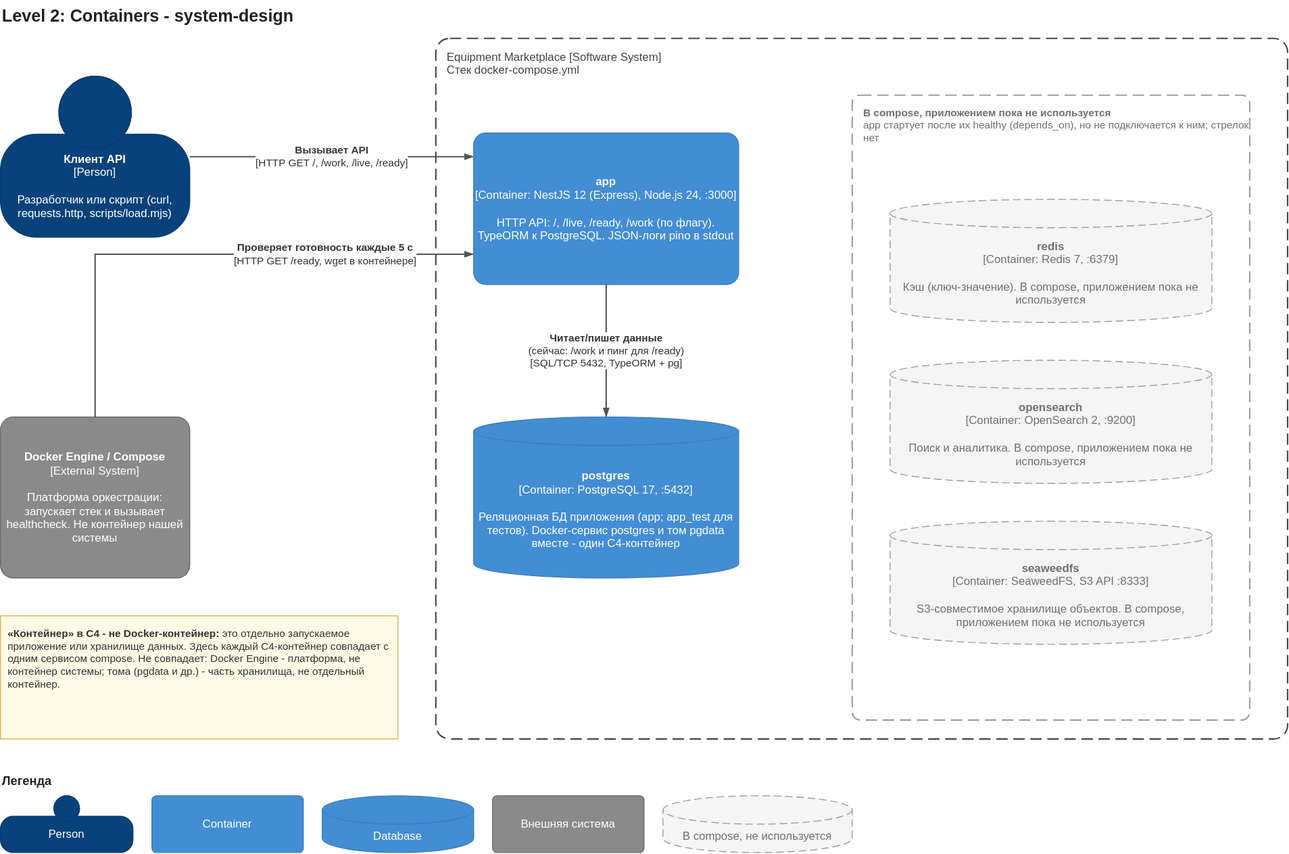
Above: docs/architecture/L2 - Containers.drawio.svg in Elaman19/system-design (draw.io), before the change. Source tidied: cells renumbered, new cells last; positions are measured from the earlier drawing's top-left corner, leaving out a move shared by most shapes. The source it was exported from:
```xml
<mxGraphModel>
  <root>
    <mxCell id="0" />
    <mxCell id="1" value="L2 boundaries" parent="0" />
    <mxCell id="2" value="Equipment Marketplace [Software System]&lt;br&gt;Стек docker-compose.yml" style="fontFamily=Helvetica;html=1;whiteSpace=wrap;fontSize=12;rounded=1;arcSize=2;fillColor=none;dashed=1;dashPattern=8 4;strokeColor=#444444;strokeWidth=1.5;fontColor=#444444;align=left;verticalAlign=top;spacingLeft=10;spacingTop=6;" parent="1" vertex="1">
      <mxGeometry x="460" y="40" width="900" height="740" as="geometry" />
    </mxCell>
    <mxCell id="3" value="&lt;b&gt;В compose, приложением пока не используется&lt;/b&gt;&lt;br&gt;app стартует после их healthy (depends_on), но не подключается к ним; стрелок нет" style="fontFamily=Helvetica;html=1;whiteSpace=wrap;fontSize=12;rounded=1;arcSize=2;fillColor=none;dashed=1;dashPattern=8 4;strokeColor=#9e9e9e;strokeWidth=1.5;fontColor=#707070;fontSize=11;align=left;verticalAlign=top;spacingLeft=10;spacingTop=6;" parent="1" vertex="1">
      <mxGeometry x="900" y="100" width="420" height="660" as="geometry" />
    </mxCell>
    <mxCell id="4" value="L2 containers (used)" parent="0" />
    <mxCell id="5" value="&lt;b&gt;Клиент API&lt;/b&gt;&lt;br&gt;[Person]&lt;br&gt;&lt;br&gt;Разработчик или скрипт (curl, requests.http, scripts/load.mjs)" style="fontFamily=Helvetica;html=1;whiteSpace=wrap;fontSize=12;shape=mxgraph.c4.person2;fillColor=#08427b;strokeColor=#073b6f;fontColor=#ffffff;align=center;verticalAlign=middle;" parent="4" vertex="1">
      <mxGeometry y="80" width="200" height="170" as="geometry" />
    </mxCell>
    <mxCell id="6" value="&lt;b&gt;app&lt;/b&gt;&lt;br&gt;[Container: NestJS 12 (Express), Node.js 24, :3000]&lt;br&gt;&lt;br&gt;HTTP API: /, /live, /ready, /work (по флагу). TypeORM к PostgreSQL. JSON-логи pino в stdout" style="fontFamily=Helvetica;html=1;whiteSpace=wrap;fontSize=12;rounded=1;arcSize=8;fillColor=#438dd5;strokeColor=#3c7fc0;fontColor=#ffffff;" parent="4" vertex="1">
      <mxGeometry x="500" y="140" width="280" height="160" as="geometry" />
    </mxCell>
    <mxCell id="7" value="&lt;b&gt;postgres&lt;/b&gt;&lt;br&gt;[Container: PostgreSQL 17, :5432]&lt;br&gt;&lt;br&gt;Реляционная БД приложения (app; app_test для тестов). Docker-сервис postgres и том pgdata вместе - один C4-контейнер" style="fontFamily=Helvetica;html=1;whiteSpace=wrap;fontSize=12;shape=cylinder3;boundedLbl=1;backgroundOutline=1;size=15;fillColor=#438dd5;strokeColor=#3c7fc0;fontColor=#ffffff;" parent="4" vertex="1">
      <mxGeometry x="500" y="440" width="280" height="170" as="geometry" />
    </mxCell>
    <mxCell id="8" value="&lt;b&gt;Docker Engine / Compose&lt;/b&gt;&lt;br&gt;[External System]&lt;br&gt;&lt;br&gt;Платформа оркестрации: запускает стек и вызывает healthcheck. Не контейнер нашей системы" style="fontFamily=Helvetica;html=1;whiteSpace=wrap;fontSize=12;rounded=1;arcSize=8;fillColor=#8a8a8a;strokeColor=#6b6b6b;fontColor=#ffffff;" parent="4" vertex="1">
      <mxGeometry y="440" width="200" height="170" as="geometry" />
    </mxCell>
    <mxCell id="9" value="L2 compose only (unused)" parent="0" />
    <mxCell id="10" value="&lt;b&gt;redis&lt;/b&gt;&lt;br&gt;[Container: Redis 7, :6379]&lt;br&gt;&lt;br&gt;Кэш (ключ-значение). В compose, приложением пока не используется" style="fontFamily=Helvetica;html=1;whiteSpace=wrap;fontSize=12;shape=cylinder3;boundedLbl=1;backgroundOutline=1;size=15;dashed=1;dashPattern=8 4;fillColor=#f5f5f5;strokeColor=#9e9e9e;fontColor=#707070;" parent="9" vertex="1">
      <mxGeometry x="940" y="210" width="340" height="130" as="geometry" />
    </mxCell>
    <mxCell id="11" value="&lt;b&gt;opensearch&lt;/b&gt;&lt;br&gt;[Container: OpenSearch 2, :9200]&lt;br&gt;&lt;br&gt;Поиск и аналитика. В compose, приложением пока не используется" style="fontFamily=Helvetica;html=1;whiteSpace=wrap;fontSize=12;shape=cylinder3;boundedLbl=1;backgroundOutline=1;size=15;dashed=1;dashPattern=8 4;fillColor=#f5f5f5;strokeColor=#9e9e9e;fontColor=#707070;" parent="9" vertex="1">
      <mxGeometry x="940" y="380" width="340" height="130" as="geometry" />
    </mxCell>
    <mxCell id="12" value="&lt;b&gt;seaweedfs&lt;/b&gt;&lt;br&gt;[Container: SeaweedFS, S3 API :8333]&lt;br&gt;&lt;br&gt;S3-совместимое хранилище объектов. В compose, приложением пока не используется" style="fontFamily=Helvetica;html=1;whiteSpace=wrap;fontSize=12;shape=cylinder3;boundedLbl=1;backgroundOutline=1;size=15;dashed=1;dashPattern=8 4;fillColor=#f5f5f5;strokeColor=#9e9e9e;fontColor=#707070;" parent="9" vertex="1">
      <mxGeometry x="940" y="550" width="340" height="130" as="geometry" />
    </mxCell>
    <mxCell id="13" value="L2 relations" parent="0" />
    <mxCell id="14" value="&lt;b&gt;Вызывает API&lt;/b&gt;&lt;br&gt;[HTTP GET /, /work, /live, /ready]" style="edgeStyle=orthogonalEdgeStyle;rounded=0;html=1;endArrow=blockThin;endFill=1;strokeColor=#555555;strokeWidth=1.5;fontSize=11;fontColor=#333333;labelBackgroundColor=#ffffff;exitX=1;exitY=0.5;entryX=0;entryY=0.15625;" parent="13" edge="1" source="5" target="6">
      <mxGeometry relative="1" as="geometry" />
    </mxCell>
    <mxCell id="15" value="&lt;b&gt;Проверяет готовность каждые 5 с&lt;/b&gt;&lt;br&gt;[HTTP GET /ready, wget в контейнере]" style="edgeStyle=orthogonalEdgeStyle;rounded=0;html=1;endArrow=blockThin;endFill=1;strokeColor=#555555;strokeWidth=1.5;fontSize=11;fontColor=#333333;labelBackgroundColor=#ffffff;exitX=0.5;exitY=0;entryX=0;entryY=0.8;" parent="13" edge="1" source="8" target="6">
      <mxGeometry x="0.45" relative="1" as="geometry" />
    </mxCell>
    <mxCell id="16" value="&lt;b&gt;Читает/пишет данные&lt;/b&gt;&lt;br&gt;(сейчас: /work и пинг для /ready)&lt;br&gt;[SQL/TCP 5432, TypeORM + pg]" style="edgeStyle=orthogonalEdgeStyle;rounded=0;html=1;endArrow=blockThin;endFill=1;strokeColor=#555555;strokeWidth=1.5;fontSize=11;fontColor=#333333;labelBackgroundColor=#ffffff;exitX=0.5;exitY=1;entryX=0.5;entryY=0;" parent="13" edge="1" source="6" target="7">
      <mxGeometry relative="1" as="geometry" />
    </mxCell>
    <mxCell id="17" value="L2 notes and legend" parent="0" />
    <mxCell id="18" value="Level 2: Containers - system-design" style="fontFamily=Helvetica;html=1;whiteSpace=wrap;fontSize=12;text;fontSize=18;fontStyle=1;align=left;verticalAlign=top;fontColor=#222222;" parent="17" vertex="1">
      <mxGeometry width="900" height="30" as="geometry" />
    </mxCell>
    <mxCell id="19" value="&lt;b&gt;«Контейнер» в C4 - не Docker-контейнер:&lt;/b&gt; это отдельно запускаемое приложение или хранилище данных. Здесь каждый C4-контейнер совпадает с одним сервисом compose. Не совпадает: Docker Engine - платформа, не контейнер системы; тома (pgdata и др.) - часть хранилища, не отдельный контейнер." style="fontFamily=Helvetica;html=1;whiteSpace=wrap;fontSize=12;rounded=0;fillColor=#fffbe6;strokeColor=#d6b656;fontColor=#333333;align=left;verticalAlign=top;spacing=8;fontSize=11;" parent="17" vertex="1">
      <mxGeometry y="650" width="420" height="130" as="geometry" />
    </mxCell>
    <mxCell id="20" value="Легенда" style="fontFamily=Helvetica;html=1;whiteSpace=wrap;fontSize=12;text;fontSize=13;fontStyle=1;align=left;verticalAlign=top;fontColor=#222222;" parent="17" vertex="1">
      <mxGeometry y="810" width="200" height="20" as="geometry" />
    </mxCell>
    <mxCell id="21" value="Person" style="fontFamily=Helvetica;html=1;whiteSpace=wrap;fontSize=12;shape=mxgraph.c4.person2;fillColor=#08427b;strokeColor=#073b6f;fontColor=#ffffff;align=center;verticalAlign=middle;" parent="17" vertex="1">
      <mxGeometry y="840" width="140" height="60" as="geometry" />
    </mxCell>
    <mxCell id="22" value="Container" style="fontFamily=Helvetica;html=1;whiteSpace=wrap;fontSize=12;rounded=1;arcSize=8;fillColor=#438dd5;strokeColor=#3c7fc0;fontColor=#ffffff;" parent="17" vertex="1">
      <mxGeometry x="160" y="840" width="160" height="60" as="geometry" />
    </mxCell>
    <mxCell id="23" value="Database" style="fontFamily=Helvetica;html=1;whiteSpace=wrap;fontSize=12;shape=cylinder3;boundedLbl=1;backgroundOutline=1;size=15;fillColor=#438dd5;strokeColor=#3c7fc0;fontColor=#ffffff;" parent="17" vertex="1">
      <mxGeometry x="340" y="840" width="160" height="60" as="geometry" />
    </mxCell>
    <mxCell id="24" value="Внешняя система" style="fontFamily=Helvetica;html=1;whiteSpace=wrap;fontSize=12;rounded=1;arcSize=8;fillColor=#8a8a8a;strokeColor=#6b6b6b;fontColor=#ffffff;" parent="17" vertex="1">
      <mxGeometry x="520" y="840" width="160" height="60" as="geometry" />
    </mxCell>
    <mxCell id="25" value="В compose, не используется" style="fontFamily=Helvetica;html=1;whiteSpace=wrap;fontSize=12;shape=cylinder3;boundedLbl=1;backgroundOutline=1;size=15;dashed=1;dashPattern=8 4;fillColor=#f5f5f5;strokeColor=#9e9e9e;fontColor=#707070;" parent="17" vertex="1">
      <mxGeometry x="700" y="840" width="200" height="60" as="geometry" />
    </mxCell>
  </root>
</mxGraphModel>
```
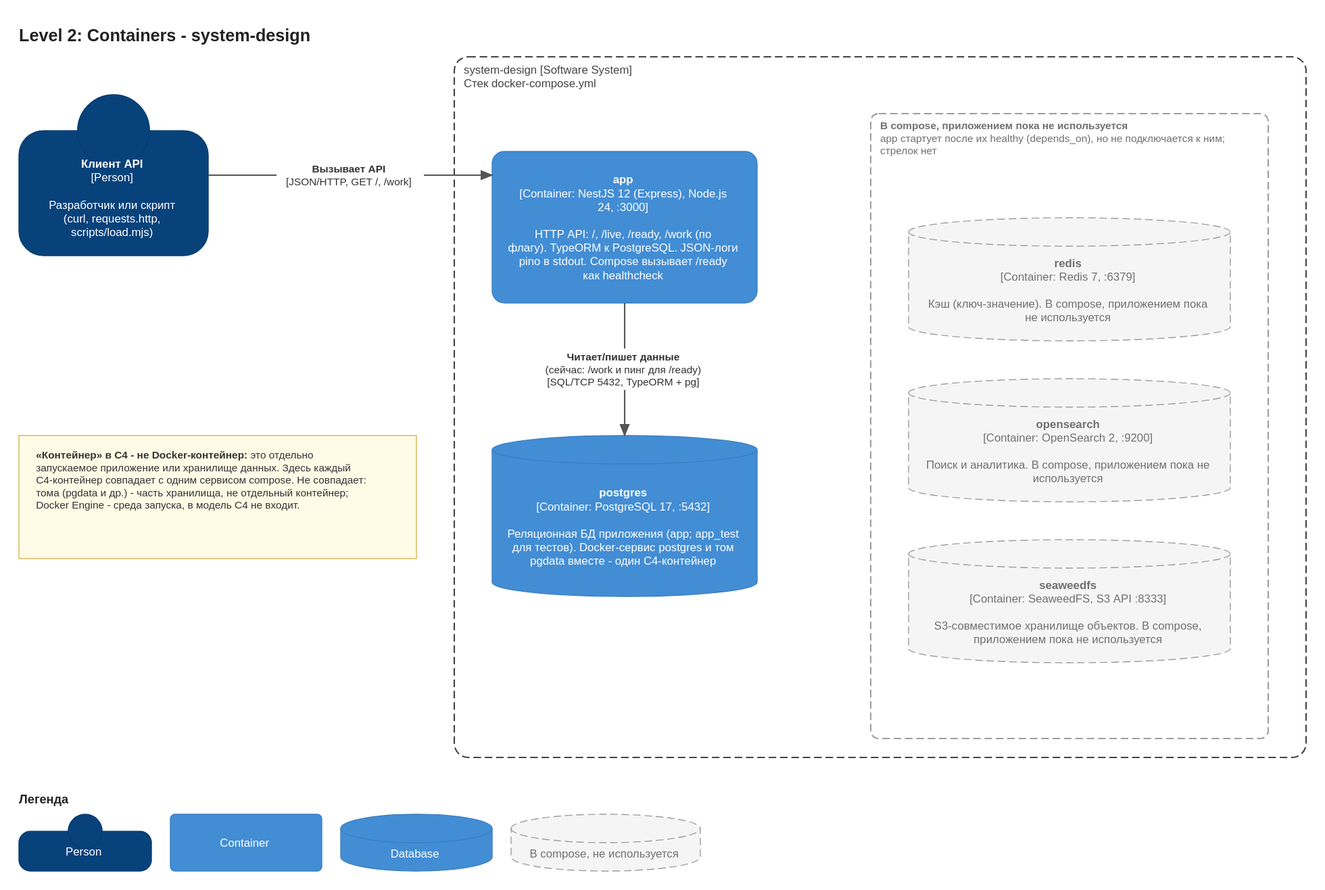
Above is the later version.

The edit, as a diff of the source:
```diff
@@ -2,7 +2,7 @@
   <root>
     <mxCell id="0" />
     <mxCell id="1" value="L2 boundaries" parent="0" />
-    <mxCell id="2" value="Equipment Marketplace [Software System]&lt;br&gt;Стек docker-compose.yml" style="fontFamily=Helvetica;html=1;whiteSpace=wrap;fontSize=12;rounded=1;arcSize=2;fillColor=none;dashed=1;dashPattern=8 4;strokeColor=#444444;strokeWidth=1.5;fontColor=#444444;align=left;verticalAlign=top;spacingLeft=10;spacingTop=6;" parent="1" vertex="1">
+    <mxCell id="2" value="system-design [Software System]&lt;br&gt;Стек docker-compose.yml" style="fontFamily=Helvetica;html=1;whiteSpace=wrap;fontSize=12;rounded=1;arcSize=2;fillColor=none;dashed=1;dashPattern=8 4;strokeColor=#444444;strokeWidth=1.5;fontColor=#444444;align=left;verticalAlign=top;spacingLeft=10;spacingTop=6;" parent="1" vertex="1">
       <mxGeometry x="460" y="40" width="900" height="740" as="geometry" />
     </mxCell>
     <mxCell id="3" value="&lt;b&gt;В compose, приложением пока не используется&lt;/b&gt;&lt;br&gt;app стартует после их healthy (depends_on), но не подключается к ним; стрелок нет" style="fontFamily=Helvetica;html=1;whiteSpace=wrap;fontSize=12;rounded=1;arcSize=2;fillColor=none;dashed=1;dashPattern=8 4;strokeColor=#9e9e9e;strokeWidth=1.5;fontColor=#707070;fontSize=11;align=left;verticalAlign=top;spacingLeft=10;spacingTop=6;" parent="1" vertex="1">
@@ -12,15 +12,12 @@
     <mxCell id="5" value="&lt;b&gt;Клиент API&lt;/b&gt;&lt;br&gt;[Person]&lt;br&gt;&lt;br&gt;Разработчик или скрипт (curl, requests.http, scripts/load.mjs)" style="fontFamily=Helvetica;html=1;whiteSpace=wrap;fontSize=12;shape=mxgraph.c4.person2;fillColor=#08427b;strokeColor=#073b6f;fontColor=#ffffff;align=center;verticalAlign=middle;" parent="4" vertex="1">
       <mxGeometry y="80" width="200" height="170" as="geometry" />
     </mxCell>
-    <mxCell id="6" value="&lt;b&gt;app&lt;/b&gt;&lt;br&gt;[Container: NestJS 12 (Express), Node.js 24, :3000]&lt;br&gt;&lt;br&gt;HTTP API: /, /live, /ready, /work (по флагу). TypeORM к PostgreSQL. JSON-логи pino в stdout" style="fontFamily=Helvetica;html=1;whiteSpace=wrap;fontSize=12;rounded=1;arcSize=8;fillColor=#438dd5;strokeColor=#3c7fc0;fontColor=#ffffff;" parent="4" vertex="1">
+    <mxCell id="6" value="&lt;b&gt;app&lt;/b&gt;&lt;br&gt;[Container: NestJS 12 (Express), Node.js 24, :3000]&lt;br&gt;&lt;br&gt;HTTP API: /, /live, /ready, /work (по флагу). TypeORM к PostgreSQL. JSON-логи pino в stdout. Compose вызывает /ready как healthcheck" style="fontFamily=Helvetica;html=1;whiteSpace=wrap;fontSize=12;rounded=1;arcSize=8;fillColor=#438dd5;strokeColor=#3c7fc0;fontColor=#ffffff;" parent="4" vertex="1">
       <mxGeometry x="500" y="140" width="280" height="160" as="geometry" />
     </mxCell>
     <mxCell id="7" value="&lt;b&gt;postgres&lt;/b&gt;&lt;br&gt;[Container: PostgreSQL 17, :5432]&lt;br&gt;&lt;br&gt;Реляционная БД приложения (app; app_test для тестов). Docker-сервис postgres и том pgdata вместе - один C4-контейнер" style="fontFamily=Helvetica;html=1;whiteSpace=wrap;fontSize=12;shape=cylinder3;boundedLbl=1;backgroundOutline=1;size=15;fillColor=#438dd5;strokeColor=#3c7fc0;fontColor=#ffffff;" parent="4" vertex="1">
       <mxGeometry x="500" y="440" width="280" height="170" as="geometry" />
     </mxCell>
-    <mxCell id="8" value="&lt;b&gt;Docker Engine / Compose&lt;/b&gt;&lt;br&gt;[External System]&lt;br&gt;&lt;br&gt;Платформа оркестрации: запускает стек и вызывает healthcheck. Не контейнер нашей системы" style="fontFamily=Helvetica;html=1;whiteSpace=wrap;fontSize=12;rounded=1;arcSize=8;fillColor=#8a8a8a;strokeColor=#6b6b6b;fontColor=#ffffff;" parent="4" vertex="1">
-      <mxGeometry y="440" width="200" height="170" as="geometry" />
-    </mxCell>
     <mxCell id="9" value="L2 compose only (unused)" parent="0" />
     <mxCell id="10" value="&lt;b&gt;redis&lt;/b&gt;&lt;br&gt;[Container: Redis 7, :6379]&lt;br&gt;&lt;br&gt;Кэш (ключ-значение). В compose, приложением пока не используется" style="fontFamily=Helvetica;html=1;whiteSpace=wrap;fontSize=12;shape=cylinder3;boundedLbl=1;backgroundOutline=1;size=15;dashed=1;dashPattern=8 4;fillColor=#f5f5f5;strokeColor=#9e9e9e;fontColor=#707070;" parent="9" vertex="1">
       <mxGeometry x="940" y="210" width="340" height="130" as="geometry" />
@@ -32,12 +29,9 @@
       <mxGeometry x="940" y="550" width="340" height="130" as="geometry" />
     </mxCell>
     <mxCell id="13" value="L2 relations" parent="0" />
-    <mxCell id="14" value="&lt;b&gt;Вызывает API&lt;/b&gt;&lt;br&gt;[HTTP GET /, /work, /live, /ready]" style="edgeStyle=orthogonalEdgeStyle;rounded=0;html=1;endArrow=blockThin;endFill=1;strokeColor=#555555;strokeWidth=1.5;fontSize=11;fontColor=#333333;labelBackgroundColor=#ffffff;exitX=1;exitY=0.5;entryX=0;entryY=0.15625;" parent="13" edge="1" source="5" target="6">
+    <mxCell id="14" value="&lt;b&gt;Вызывает API&lt;/b&gt;&lt;br&gt;[JSON/HTTP, GET /, /work]" style="edgeStyle=orthogonalEdgeStyle;rounded=0;html=1;endArrow=blockThin;endFill=1;strokeColor=#555555;strokeWidth=1.5;fontSize=11;fontColor=#333333;labelBackgroundColor=#ffffff;exitX=1;exitY=0.5;entryX=0;entryY=0.15625;" parent="13" edge="1" source="5" target="6">
       <mxGeometry relative="1" as="geometry" />
     </mxCell>
-    <mxCell id="15" value="&lt;b&gt;Проверяет готовность каждые 5 с&lt;/b&gt;&lt;br&gt;[HTTP GET /ready, wget в контейнере]" style="edgeStyle=orthogonalEdgeStyle;rounded=0;html=1;endArrow=blockThin;endFill=1;strokeColor=#555555;strokeWidth=1.5;fontSize=11;fontColor=#333333;labelBackgroundColor=#ffffff;exitX=0.5;exitY=0;entryX=0;entryY=0.8;" parent="13" edge="1" source="8" target="6">
-      <mxGeometry x="0.45" relative="1" as="geometry" />
-    </mxCell>
     <mxCell id="16" value="&lt;b&gt;Читает/пишет данные&lt;/b&gt;&lt;br&gt;(сейчас: /work и пинг для /ready)&lt;br&gt;[SQL/TCP 5432, TypeORM + pg]" style="edgeStyle=orthogonalEdgeStyle;rounded=0;html=1;endArrow=blockThin;endFill=1;strokeColor=#555555;strokeWidth=1.5;fontSize=11;fontColor=#333333;labelBackgroundColor=#ffffff;exitX=0.5;exitY=1;entryX=0.5;entryY=0;" parent="13" edge="1" source="6" target="7">
       <mxGeometry relative="1" as="geometry" />
     </mxCell>
@@ -45,8 +39,8 @@
     <mxCell id="18" value="Level 2: Containers - system-design" style="fontFamily=Helvetica;html=1;whiteSpace=wrap;fontSize=12;text;fontSize=18;fontStyle=1;align=left;verticalAlign=top;fontColor=#222222;" parent="17" vertex="1">
       <mxGeometry width="900" height="30" as="geometry" />
     </mxCell>
-    <mxCell id="19" value="&lt;b&gt;«Контейнер» в C4 - не Docker-контейнер:&lt;/b&gt; это отдельно запускаемое приложение или хранилище данных. Здесь каждый C4-контейнер совпадает с одним сервисом compose. Не совпадает: Docker Engine - платформа, не контейнер системы; тома (pgdata и др.) - часть хранилища, не отдельный контейнер." style="fontFamily=Helvetica;html=1;whiteSpace=wrap;fontSize=12;rounded=0;fillColor=#fffbe6;strokeColor=#d6b656;fontColor=#333333;align=left;verticalAlign=top;spacing=8;fontSize=11;" parent="17" vertex="1">
-      <mxGeometry y="650" width="420" height="130" as="geometry" />
+    <mxCell id="19" value="&lt;b&gt;«Контейнер» в C4 - не Docker-контейнер:&lt;/b&gt; это отдельно запускаемое приложение или хранилище данных. Здесь каждый C4-контейнер совпадает с одним сервисом compose. Не совпадает: тома (pgdata и др.) - часть хранилища, не отдельный контейнер; Docker Engine - среда запуска, в модель C4 не входит." style="fontFamily=Helvetica;html=1;whiteSpace=wrap;fontSize=12;rounded=0;fillColor=#fffbe6;strokeColor=#d6b656;fontColor=#333333;align=left;verticalAlign=top;spacing=8;fontSize=11;" parent="17" vertex="1">
+      <mxGeometry y="440" width="420" height="130" as="geometry" />
     </mxCell>
     <mxCell id="20" value="Легенда" style="fontFamily=Helvetica;html=1;whiteSpace=wrap;fontSize=12;text;fontSize=13;fontStyle=1;align=left;verticalAlign=top;fontColor=#222222;" parent="17" vertex="1">
       <mxGeometry y="810" width="200" height="20" as="geometry" />
@@ -60,11 +54,8 @@
     <mxCell id="23" value="Database" style="fontFamily=Helvetica;html=1;whiteSpace=wrap;fontSize=12;shape=cylinder3;boundedLbl=1;backgroundOutline=1;size=15;fillColor=#438dd5;strokeColor=#3c7fc0;fontColor=#ffffff;" parent="17" vertex="1">
       <mxGeometry x="340" y="840" width="160" height="60" as="geometry" />
     </mxCell>
-    <mxCell id="24" value="Внешняя система" style="fontFamily=Helvetica;html=1;whiteSpace=wrap;fontSize=12;rounded=1;arcSize=8;fillColor=#8a8a8a;strokeColor=#6b6b6b;fontColor=#ffffff;" parent="17" vertex="1">
-      <mxGeometry x="520" y="840" width="160" height="60" as="geometry" />
-    </mxCell>
     <mxCell id="25" value="В compose, не используется" style="fontFamily=Helvetica;html=1;whiteSpace=wrap;fontSize=12;shape=cylinder3;boundedLbl=1;backgroundOutline=1;size=15;dashed=1;dashPattern=8 4;fillColor=#f5f5f5;strokeColor=#9e9e9e;fontColor=#707070;" parent="17" vertex="1">
-      <mxGeometry x="700" y="840" width="200" height="60" as="geometry" />
+      <mxGeometry x="520" y="840" width="200" height="60" as="geometry" />
     </mxCell>
   </root>
 </mxGraphModel>
```
